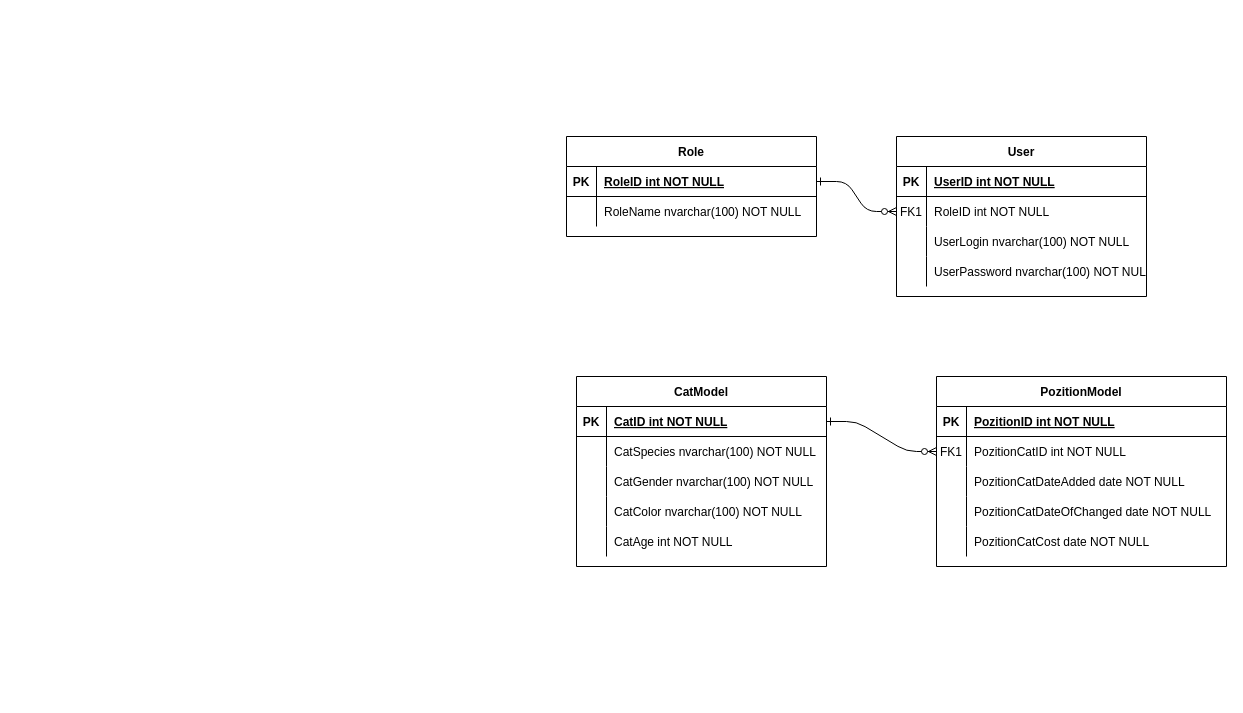
Above: Магазин котиков.drawio in AntonSidorov1/Internship (draw.io), before the change. Source tidied: cells renumbered, new cells numbered last; positions are measured from the earlier drawing's top-left corner, leaving out a move shared by most shapes. Both pictures are drawn from the tidied source at 100%, with x=0, y=0 at pixel (566, 136).
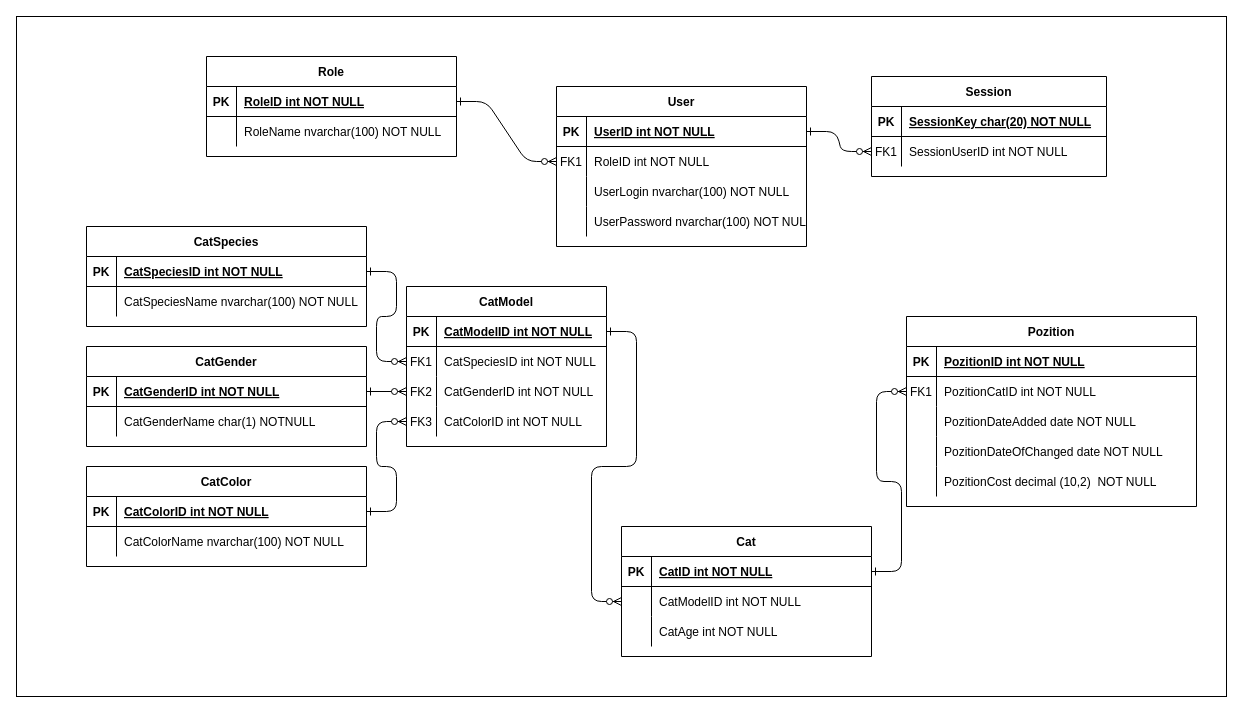
The same page after the edit.

The change refers to these unchanged cells:
```xml
<mxCell id="4" style="shape=partialRectangle;fillColor=none;points=[[0,0.5],[1,0.5]];portConstraint=eastwest;top=0;left=0;right=0;bottom=1;" parent="3" vertex="1">
  <mxGeometry y="30" width="250" height="30" as="geometry" />
</mxCell>
<mxCell id="23" style="shape=partialRectangle;fillColor=none;top=0;left=0;right=0;bottom=0;" parent="16" vertex="1">
  <mxGeometry y="90" width="290" height="30" as="geometry" />
</mxCell>
<mxCell id="26" style="shape=partialRectangle;fillColor=none;top=0;left=0;right=0;bottom=0;" parent="16" vertex="1">
  <mxGeometry y="120" width="290" height="30" as="geometry" />
</mxCell>
<mxCell id="29" style="shape=partialRectangle;fillColor=none;top=0;left=0;right=0;bottom=0;" parent="16" vertex="1">
  <mxGeometry y="150" width="290" height="30" as="geometry" />
</mxCell>
<mxCell id="43" style="shape=partialRectangle;fillColor=none;points=[[0,0.5],[1,0.5]];portConstraint=eastwest;top=0;left=0;right=0;bottom=0;" parent="39" vertex="1">
  <mxGeometry y="60" width="250" height="30" as="geometry" />
</mxCell>
```

Change to the diagram source:
```diff
@@
+    <mxCell id="56" style="rounded=0;whiteSpace=wrap;html=1;" parent="1" vertex="1">
+      <mxGeometry x="-550" y="-120" width="1210" height="680" as="geometry" />
+    </mxCell>
@@
     <mxCell id="3" value="User" style="shape=table;startSize=30;childLayout=tableLayout;rowLines=0;fontStyle=1;align=center;" parent="1" vertex="1">
-      <mxGeometry x="330" width="250" height="160" as="geometry" />
+      <mxGeometry x="-10" y="-50" width="250" height="160" as="geometry" />
     </mxCell>
@@
-    <mxCell id="16" value="PozitionModel" style="shape=table;startSize=30;childLayout=tableLayout;rowLines=0;fontStyle=1;align=center;" parent="1" vertex="1">
-      <mxGeometry x="370" y="240" width="290" height="190" as="geometry" />
+    <mxCell id="16" value="Pozition" style="shape=table;startSize=30;childLayout=tableLayout;rowLines=0;fontStyle=1;align=center;" parent="1" vertex="1">
+      <mxGeometry x="340" y="180" width="290" height="190" as="geometry" />
     </mxCell>
@@
-    <mxCell id="25" value="PozitionCatDateAdded date NOT NULL" style="shape=partialRectangle;overflow=hidden;fillColor=none;top=0;left=0;bottom=0;right=0;align=left;spacingLeft=6;" parent="23" vertex="1">
+    <mxCell id="25" value="PozitionDateAdded date NOT NULL" style="shape=partialRectangle;overflow=hidden;fillColor=none;top=0;left=0;bottom=0;right=0;align=left;spacingLeft=6;" parent="23" vertex="1">
       <mxGeometry x="30" width="260" height="30" as="geometry" />
     </mxCell>
@@
-    <mxCell id="28" value="PozitionCatDateOfChanged date NOT NULL" style="shape=partialRectangle;overflow=hidden;fillColor=none;top=0;left=0;bottom=0;right=0;align=left;spacingLeft=6;" parent="26" vertex="1">
+    <mxCell id="28" value="PozitionDateOfChanged date NOT NULL" style="shape=partialRectangle;overflow=hidden;fillColor=none;top=0;left=0;bottom=0;right=0;align=left;spacingLeft=6;" parent="26" vertex="1">
       <mxGeometry x="30" width="260" height="30" as="geometry" />
     </mxCell>
@@
-    <mxCell id="31" value="PozitionCatCost date NOT NULL" style="shape=partialRectangle;overflow=hidden;fillColor=none;top=0;left=0;bottom=0;right=0;align=left;spacingLeft=6;" parent="29" vertex="1">
+    <mxCell id="31" value="PozitionCost decimal (10,2)  NOT NULL" style="shape=partialRectangle;overflow=hidden;fillColor=none;top=0;left=0;bottom=0;right=0;align=left;spacingLeft=6;" parent="29" vertex="1">
       <mxGeometry x="30" width="260" height="30" as="geometry" />
     </mxCell>
     <mxCell id="32" value="Role" style="shape=table;startSize=30;childLayout=tableLayout;rowLines=0;fontStyle=1;align=center;" parent="1" vertex="1">
-      <mxGeometry width="250" height="100" as="geometry" />
+      <mxGeometry x="-360" y="-80" width="250" height="100" as="geometry" />
     </mxCell>
@@
-    <mxCell id="39" value="CatModel" style="shape=table;startSize=30;childLayout=tableLayout;rowLines=0;fontStyle=1;align=center;" parent="1" vertex="1">
-      <mxGeometry x="10" y="240" width="250" height="190" as="geometry" />
+    <mxCell id="39" value="Cat" style="shape=table;startSize=30;childLayout=tableLayout;rowLines=0;fontStyle=1;align=center;" parent="1" vertex="1">
+      <mxGeometry x="55" y="390" width="250" height="130" as="geometry" />
     </mxCell>
@@
-    <mxCell id="45" value="CatSpecies nvarchar(100) NOT NULL" style="shape=partialRectangle;overflow=hidden;fillColor=none;top=0;left=0;bottom=0;right=0;align=left;spacingLeft=6;" parent="43" vertex="1">
+    <mxCell id="45" value="CatModelID int NOT NULL" style="shape=partialRectangle;overflow=hidden;fillColor=none;top=0;left=0;bottom=0;right=0;align=left;spacingLeft=6;" parent="43" vertex="1">
       <mxGeometry x="30" width="220" height="30" as="geometry" />
     </mxCell>
-    <mxCell id="46" style="shape=partialRectangle;fillColor=none;top=0;left=0;right=0;bottom=0;" parent="39" vertex="1">
-      <mxGeometry y="90" width="250" height="30" as="geometry" />
-    </mxCell>
-    <mxCell id="47" style="shape=partialRectangle;overflow=hidden;fillColor=none;top=0;left=0;bottom=0;right=0;" parent="46" vertex="1">
-      <mxGeometry width="30" height="30" as="geometry" />
-    </mxCell>
-    <mxCell id="48" value="CatGender nvarchar(100) NOT NULL" style="shape=partialRectangle;overflow=hidden;fillColor=none;top=0;left=0;bottom=0;right=0;align=left;spacingLeft=6;" parent="46" vertex="1">
-      <mxGeometry x="30" width="220" height="30" as="geometry" />
-    </mxCell>
-    <mxCell id="49" style="shape=partialRectangle;fillColor=none;top=0;left=0;right=0;bottom=0;" parent="39" vertex="1">
-      <mxGeometry y="120" width="250" height="30" as="geometry" />
-    </mxCell>
-    <mxCell id="50" style="shape=partialRectangle;overflow=hidden;fillColor=none;top=0;left=0;bottom=0;right=0;" parent="49" vertex="1">
-      <mxGeometry width="30" height="30" as="geometry" />
-    </mxCell>
-    <mxCell id="51" value="CatColor nvarchar(100) NOT NULL" style="shape=partialRectangle;overflow=hidden;fillColor=none;top=0;left=0;bottom=0;right=0;align=left;spacingLeft=6;" parent="49" vertex="1">
-      <mxGeometry x="30" width="220" height="30" as="geometry" />
-    </mxCell>
     <mxCell id="52" style="shape=partialRectangle;fillColor=none;top=0;left=0;right=0;bottom=0;" parent="39" vertex="1">
-      <mxGeometry y="150" width="250" height="30" as="geometry" />
+      <mxGeometry y="90" width="250" height="30" as="geometry" />
     </mxCell>
@@
+    <mxCell id="57" value="CatSpecies" style="shape=table;startSize=30;childLayout=tableLayout;rowLines=0;fontStyle=1;align=center;" parent="1" vertex="1">
+      <mxGeometry x="-480" y="90" width="280" height="100" as="geometry" />
+    </mxCell>
+    <mxCell id="58" style="shape=tableRow;horizontal=0;startSize=0;swimlaneHead=0;swimlaneBody=0;fillColor=none;points=[[0,0.5],[1,0.5]];portConstraint=eastwest;top=0;left=0;right=0;bottom=1;" parent="57" vertex="1">
+      <mxGeometry y="30" width="280" height="30" as="geometry" />
+    </mxCell>
+    <mxCell id="59" value="PK" style="shape=partialRectangle;fillColor=none;top=0;left=0;bottom=0;right=0;fontStyle=1;overflow=hidden;" parent="58" vertex="1">
+      <mxGeometry width="30" height="30" as="geometry" />
+    </mxCell>
+    <mxCell id="60" value="CatSpeciesID int NOT NULL" style="shape=partialRectangle;fillColor=none;top=0;left=0;bottom=0;right=0;align=left;spacingLeft=6;fontStyle=5;overflow=hidden;" parent="58" vertex="1">
+      <mxGeometry x="30" width="250" height="30" as="geometry" />
+    </mxCell>
+    <mxCell id="61" style="shape=tableRow;horizontal=0;startSize=0;swimlaneHead=0;swimlaneBody=0;fillColor=none;top=0;left=0;right=0;bottom=0;" parent="57" vertex="1">
+      <mxGeometry y="60" width="280" height="30" as="geometry" />
+    </mxCell>
+    <mxCell id="62" style="shape=partialRectangle;fillColor=none;top=0;left=0;bottom=0;right=0;overflow=hidden;" parent="61" vertex="1">
+      <mxGeometry width="30" height="30" as="geometry" />
+    </mxCell>
+    <mxCell id="63" value="CatSpeciesName nvarchar(100) NOT NULL" style="shape=partialRectangle;fillColor=none;top=0;left=0;bottom=0;right=0;align=left;spacingLeft=6;overflow=hidden;" parent="61" vertex="1">
+      <mxGeometry x="30" width="250" height="30" as="geometry" />
+    </mxCell>
+    <mxCell id="64" value="CatGender" style="shape=table;startSize=30;childLayout=tableLayout;rowLines=0;fontStyle=1;align=center;" parent="1" vertex="1">
+      <mxGeometry x="-480" y="210" width="280" height="100" as="geometry" />
+    </mxCell>
+    <mxCell id="65" style="shape=tableRow;horizontal=0;startSize=0;swimlaneHead=0;swimlaneBody=0;fillColor=none;points=[[0,0.5],[1,0.5]];portConstraint=eastwest;top=0;left=0;right=0;bottom=1;" parent="64" vertex="1">
+      <mxGeometry y="30" width="280" height="30" as="geometry" />
+    </mxCell>
+    <mxCell id="66" value="PK" style="shape=partialRectangle;fillColor=none;top=0;left=0;bottom=0;right=0;fontStyle=1;overflow=hidden;" parent="65" vertex="1">
+      <mxGeometry width="30" height="30" as="geometry" />
+    </mxCell>
+    <mxCell id="67" value="CatGenderID int NOT NULL" style="shape=partialRectangle;fillColor=none;top=0;left=0;bottom=0;right=0;align=left;spacingLeft=6;fontStyle=5;overflow=hidden;" parent="65" vertex="1">
+      <mxGeometry x="30" width="250" height="30" as="geometry" />
+    </mxCell>
+    <mxCell id="68" style="shape=tableRow;horizontal=0;startSize=0;swimlaneHead=0;swimlaneBody=0;fillColor=none;top=0;left=0;right=0;bottom=0;" parent="64" vertex="1">
+      <mxGeometry y="60" width="280" height="30" as="geometry" />
+    </mxCell>
+    <mxCell id="69" style="shape=partialRectangle;fillColor=none;top=0;left=0;bottom=0;right=0;overflow=hidden;" parent="68" vertex="1">
+      <mxGeometry width="30" height="30" as="geometry" />
+    </mxCell>
+    <mxCell id="70" value="CatGenderName char(1) NOTNULL" style="shape=partialRectangle;fillColor=none;top=0;left=0;bottom=0;right=0;align=left;spacingLeft=6;overflow=hidden;" parent="68" vertex="1">
+      <mxGeometry x="30" width="250" height="30" as="geometry" />
+    </mxCell>
+    <mxCell id="71" value="CatColor" style="shape=table;startSize=30;childLayout=tableLayout;rowLines=0;fontStyle=1;align=center;" parent="1" vertex="1">
+      <mxGeometry x="-480" y="330" width="280" height="100" as="geometry" />
+    </mxCell>
+    <mxCell id="72" style="shape=tableRow;horizontal=0;startSize=0;swimlaneHead=0;swimlaneBody=0;fillColor=none;points=[[0,0.5],[1,0.5]];portConstraint=eastwest;top=0;left=0;right=0;bottom=1;" parent="71" vertex="1">
+      <mxGeometry y="30" width="280" height="30" as="geometry" />
+    </mxCell>
+    <mxCell id="73" value="PK" style="shape=partialRectangle;fillColor=none;top=0;left=0;bottom=0;right=0;fontStyle=1;overflow=hidden;" parent="72" vertex="1">
+      <mxGeometry width="30" height="30" as="geometry" />
+    </mxCell>
+    <mxCell id="74" value="CatColorID int NOT NULL" style="shape=partialRectangle;fillColor=none;top=0;left=0;bottom=0;right=0;align=left;spacingLeft=6;fontStyle=5;overflow=hidden;" parent="72" vertex="1">
+      <mxGeometry x="30" width="250" height="30" as="geometry" />
+    </mxCell>
+    <mxCell id="75" style="shape=tableRow;horizontal=0;startSize=0;swimlaneHead=0;swimlaneBody=0;fillColor=none;top=0;left=0;right=0;bottom=0;" parent="71" vertex="1">
+      <mxGeometry y="60" width="280" height="30" as="geometry" />
+    </mxCell>
+    <mxCell id="76" style="shape=partialRectangle;fillColor=none;top=0;left=0;bottom=0;right=0;overflow=hidden;" parent="75" vertex="1">
+      <mxGeometry width="30" height="30" as="geometry" />
+    </mxCell>
+    <mxCell id="77" value="CatColorName nvarchar(100) NOT NULL" style="shape=partialRectangle;fillColor=none;top=0;left=0;bottom=0;right=0;align=left;spacingLeft=6;overflow=hidden;" parent="75" vertex="1">
+      <mxGeometry x="30" width="250" height="30" as="geometry" />
+    </mxCell>
+    <mxCell id="78" value="CatModel" style="shape=table;startSize=30;childLayout=tableLayout;rowLines=0;fontStyle=1;align=center;" parent="1" vertex="1">
+      <mxGeometry x="-160" y="150" width="200" height="160" as="geometry" />
+    </mxCell>
+    <mxCell id="79" style="shape=tableRow;horizontal=0;startSize=0;swimlaneHead=0;swimlaneBody=0;fillColor=none;points=[[0,0.5],[1,0.5]];portConstraint=eastwest;top=0;left=0;right=0;bottom=1;" parent="78" vertex="1">
+      <mxGeometry y="30" width="200" height="30" as="geometry" />
+    </mxCell>
+    <mxCell id="80" value="PK" style="shape=partialRectangle;fillColor=none;top=0;left=0;bottom=0;right=0;fontStyle=1;overflow=hidden;" parent="79" vertex="1">
+      <mxGeometry width="30" height="30" as="geometry" />
+    </mxCell>
+    <mxCell id="81" value="CatModelID int NOT NULL" style="shape=partialRectangle;fillColor=none;top=0;left=0;bottom=0;right=0;align=left;spacingLeft=6;fontStyle=5;overflow=hidden;" parent="79" vertex="1">
+      <mxGeometry x="30" width="170" height="30" as="geometry" />
+    </mxCell>
+    <mxCell id="82" style="shape=tableRow;horizontal=0;startSize=0;swimlaneHead=0;swimlaneBody=0;fillColor=none;points=[[0,0.5],[1,0.5]];portConstraint=eastwest;top=0;left=0;right=0;bottom=0;" parent="78" vertex="1">
+      <mxGeometry y="60" width="200" height="30" as="geometry" />
+    </mxCell>
+    <mxCell id="83" value="FK1" style="shape=partialRectangle;fillColor=none;top=0;left=0;bottom=0;right=0;overflow=hidden;" parent="82" vertex="1">
+      <mxGeometry width="30" height="30" as="geometry" />
+    </mxCell>
+    <mxCell id="84" value="CatSpeciesID int NOT NULL" style="shape=partialRectangle;fillColor=none;top=0;left=0;bottom=0;right=0;align=left;spacingLeft=6;overflow=hidden;" parent="82" vertex="1">
+      <mxGeometry x="30" width="170" height="30" as="geometry" />
+    </mxCell>
+    <mxCell id="85" style="shape=tableRow;horizontal=0;startSize=0;swimlaneHead=0;swimlaneBody=0;fillColor=none;points=[[0,0.5],[1,0.5]];portConstraint=eastwest;top=0;left=0;right=0;bottom=0;" parent="78" vertex="1">
+      <mxGeometry y="90" width="200" height="30" as="geometry" />
+    </mxCell>
+    <mxCell id="86" value="FK2" style="shape=partialRectangle;fillColor=none;top=0;left=0;bottom=0;right=0;overflow=hidden;" parent="85" vertex="1">
+      <mxGeometry width="30" height="30" as="geometry" />
+    </mxCell>
+    <mxCell id="87" value="CatGenderID int NOT NULL" style="shape=partialRectangle;fillColor=none;top=0;left=0;bottom=0;right=0;align=left;spacingLeft=6;overflow=hidden;" parent="85" vertex="1">
+      <mxGeometry x="30" width="170" height="30" as="geometry" />
+    </mxCell>
+    <mxCell id="88" style="shape=tableRow;horizontal=0;startSize=0;swimlaneHead=0;swimlaneBody=0;fillColor=none;points=[[0,0.5],[1,0.5]];portConstraint=eastwest;top=0;left=0;right=0;bottom=0;" parent="78" vertex="1">
+      <mxGeometry y="120" width="200" height="30" as="geometry" />
+    </mxCell>
+    <mxCell id="89" value="FK3" style="shape=partialRectangle;fillColor=none;top=0;left=0;bottom=0;right=0;overflow=hidden;" parent="88" vertex="1">
+      <mxGeometry width="30" height="30" as="geometry" />
+    </mxCell>
+    <mxCell id="90" value="CatColorID int NOT NULL" style="shape=partialRectangle;fillColor=none;top=0;left=0;bottom=0;right=0;align=left;spacingLeft=6;overflow=hidden;" parent="88" vertex="1">
+      <mxGeometry x="30" width="170" height="30" as="geometry" />
+    </mxCell>
+    <mxCell id="91" style="edgeStyle=entityRelationEdgeStyle;endArrow=ERzeroToMany;startArrow=ERone;endFill=1;startFill=0;exitX=1;exitY=0.5;exitDx=0;exitDy=0;entryX=0;entryY=0.5;entryDx=0;entryDy=0;" parent="1" edge="1" source="58" target="82">
+      <mxGeometry relative="1" as="geometry" />
+    </mxCell>
+    <mxCell id="92" style="edgeStyle=entityRelationEdgeStyle;endArrow=ERzeroToMany;startArrow=ERone;endFill=1;startFill=0;exitX=1;exitY=0.5;exitDx=0;exitDy=0;entryX=0;entryY=0.5;entryDx=0;entryDy=0;" parent="1" edge="1" source="65" target="85">
+      <mxGeometry relative="1" as="geometry" />
+    </mxCell>
+    <mxCell id="93" style="edgeStyle=entityRelationEdgeStyle;endArrow=ERzeroToMany;startArrow=ERone;endFill=1;startFill=0;exitX=1;exitY=0.5;exitDx=0;exitDy=0;entryX=0;entryY=0.5;entryDx=0;entryDy=0;" parent="1" edge="1" source="72" target="88">
+      <mxGeometry relative="1" as="geometry" />
+    </mxCell>
+    <mxCell id="94" style="edgeStyle=entityRelationEdgeStyle;endArrow=ERzeroToMany;startArrow=ERone;endFill=1;startFill=0;exitX=1;exitY=0.5;exitDx=0;exitDy=0;entryX=0;entryY=0.5;entryDx=0;entryDy=0;" parent="1" edge="1" source="79" target="43">
+      <mxGeometry relative="1" as="geometry" />
+    </mxCell>
+    <mxCell id="95" value="Session" style="shape=table;startSize=30;childLayout=tableLayout;rowLines=0;fontStyle=1;align=center;" parent="1" vertex="1">
+      <mxGeometry x="305" y="-60" width="235" height="100" as="geometry" />
+    </mxCell>
+    <mxCell id="96" style="shape=tableRow;horizontal=0;startSize=0;swimlaneHead=0;swimlaneBody=0;fillColor=none;top=0;left=0;right=0;bottom=1;" parent="95" vertex="1">
+      <mxGeometry y="30" width="235" height="30" as="geometry" />
+    </mxCell>
+    <mxCell id="97" value="PK" style="shape=partialRectangle;fillColor=none;top=0;left=0;bottom=0;right=0;fontStyle=1;overflow=hidden;" parent="96" vertex="1">
+      <mxGeometry width="30" height="30" as="geometry" />
+    </mxCell>
+    <mxCell id="98" value="SessionKey char(20) NOT NULL" style="shape=partialRectangle;fillColor=none;top=0;left=0;bottom=0;right=0;align=left;spacingLeft=6;fontStyle=5;overflow=hidden;" parent="96" vertex="1">
+      <mxGeometry x="30" width="205" height="30" as="geometry" />
+    </mxCell>
+    <mxCell id="99" style="shape=tableRow;horizontal=0;startSize=0;swimlaneHead=0;swimlaneBody=0;fillColor=none;points=[[0,0.5],[1,0.5]];portConstraint=eastwest;top=0;left=0;right=0;bottom=0;" parent="95" vertex="1">
+      <mxGeometry y="60" width="235" height="30" as="geometry" />
+    </mxCell>
+    <mxCell id="100" value="FK1" style="shape=partialRectangle;fillColor=none;top=0;left=0;bottom=0;right=0;overflow=hidden;" parent="99" vertex="1">
+      <mxGeometry width="30" height="30" as="geometry" />
+    </mxCell>
+    <mxCell id="101" value="SessionUserID int NOT NULL" style="shape=partialRectangle;fillColor=none;top=0;left=0;bottom=0;right=0;align=left;spacingLeft=6;overflow=hidden;" parent="99" vertex="1">
+      <mxGeometry x="30" width="205" height="30" as="geometry" />
+    </mxCell>
+    <mxCell id="102" style="edgeStyle=entityRelationEdgeStyle;endArrow=ERzeroToMany;startArrow=ERone;endFill=1;startFill=0;entryX=0;entryY=0.5;entryDx=0;entryDy=0;exitX=1;exitY=0.5;exitDx=0;exitDy=0;" parent="1" edge="1" source="4" target="99">
+      <mxGeometry relative="1" as="geometry" />
+    </mxCell>
```
